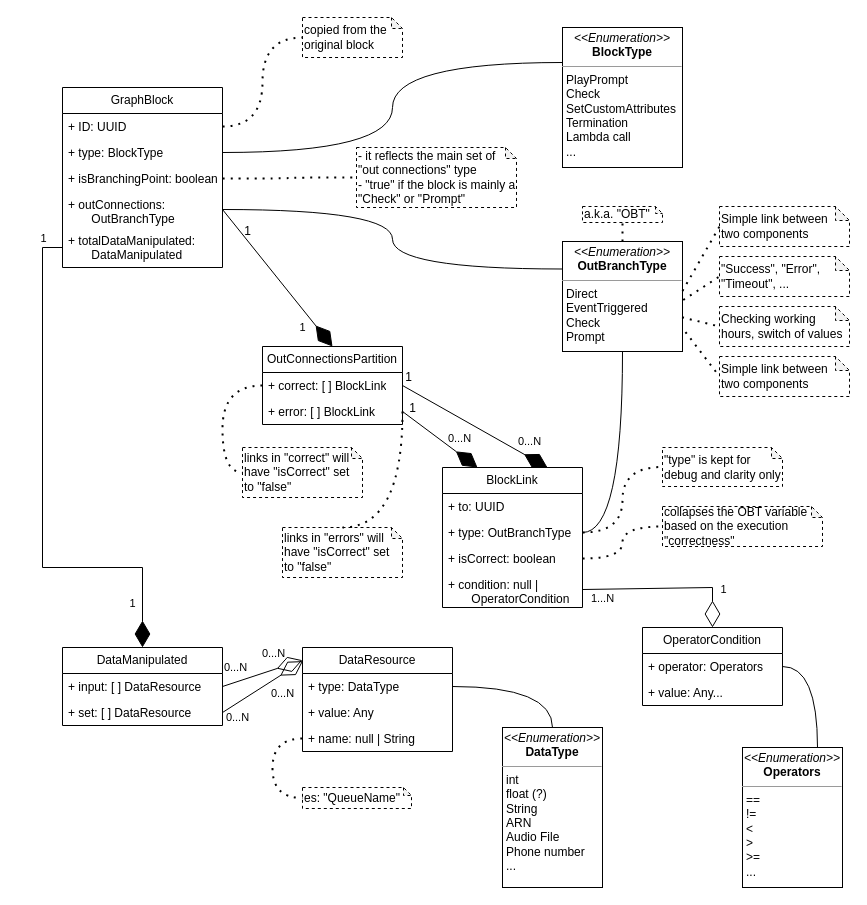
This is page "ClassDiagram" (1 of 3) of doc/Class_Diagram__AWS_Connect_01.drawio from MarcoOttina/AWS_Connect_Explorer, a draw.io file, before an edit. Source tidied: cells renumbered, new cells numbered last; positions are measured from the earlier drawing's top-left corner, leaving out a move shared by most shapes. Both pictures are drawn from the tidied source at 100%, with x=0, y=0 at pixel (42, 17).
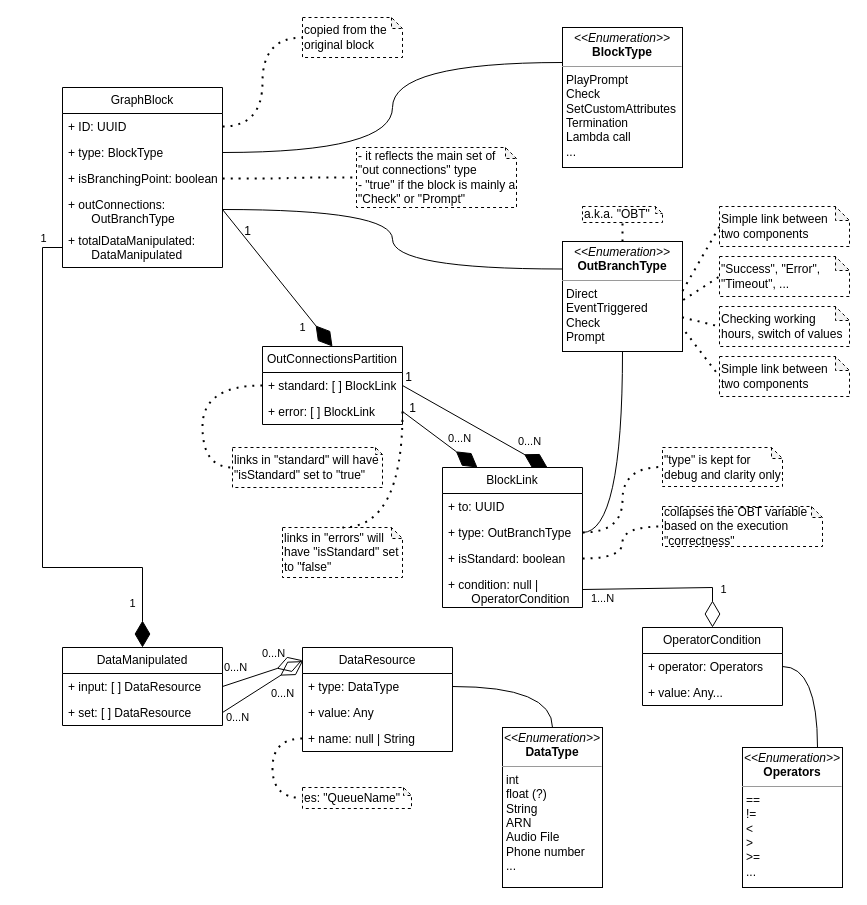
The same page after the edit.

Unchanged cells that the change refers to:
```xml
<mxCell id="24" value="OutConnectionsPartition" style="swimlane;fontStyle=0;horizontal=1;startSize=26;fillColor=none;whiteSpace=wrap;html=1;rotation=0;" parent="1" vertex="1">
  <mxGeometry x="220" y="329" width="140" height="78" as="geometry" />
</mxCell>
<mxCell id="30" value="BlockLink" style="swimlane;fontStyle=0;horizontal=1;startSize=26;fillColor=none;whiteSpace=wrap;html=1;rotation=0;" parent="1" vertex="1">
  <mxGeometry x="400" y="450" width="140" height="140" as="geometry" />
</mxCell>
```

Diff of the diagram source:
```diff
@@
-    <mxCell id="25" value="+ correct: [ ] BlockLink" style="text;strokeColor=none;fillColor=none;align=left;verticalAlign=top;spacingLeft=4;spacingRight=4;overflow=hidden;points=[[0,0.5],[1,0.5]];portConstraint=eastwest;whiteSpace=wrap;html=1;" parent="24" vertex="1">
+    <mxCell id="25" value="+ standard: [ ] BlockLink" style="text;strokeColor=none;fillColor=none;align=left;verticalAlign=top;spacingLeft=4;spacingRight=4;overflow=hidden;points=[[0,0.5],[1,0.5]];portConstraint=eastwest;whiteSpace=wrap;html=1;" parent="24" vertex="1">
       <mxGeometry y="26" width="140" height="26" as="geometry" />
     </mxCell>
@@
-    <mxCell id="33" value="+ isCorrect: boolean" style="text;strokeColor=none;fillColor=none;align=left;verticalAlign=top;spacingLeft=4;spacingRight=4;overflow=hidden;points=[[0,0.5],[1,0.5]];portConstraint=eastwest;whiteSpace=wrap;html=1;" parent="30" vertex="1">
+    <mxCell id="33" value="+ isStandard: boolean" style="text;strokeColor=none;fillColor=none;align=left;verticalAlign=top;spacingLeft=4;spacingRight=4;overflow=hidden;points=[[0,0.5],[1,0.5]];portConstraint=eastwest;whiteSpace=wrap;html=1;" parent="30" vertex="1">
       <mxGeometry y="78" width="140" height="26" as="geometry" />
     </mxCell>
@@
-    <mxCell id="50" value="&lt;div style=&quot;&quot;&gt;links in &quot;errors&quot; will have &quot;isCorrect&quot; set to &quot;false&quot;&lt;/div&gt;" style="shape=note;whiteSpace=wrap;html=1;backgroundOutline=1;darkOpacity=0.05;size=11;align=left;dashed=1;" parent="1" vertex="1">
+    <mxCell id="50" value="&lt;div style=&quot;&quot;&gt;links in &quot;errors&quot; will have &quot;isStandard&quot; set to &quot;false&quot;&lt;/div&gt;" style="shape=note;whiteSpace=wrap;html=1;backgroundOutline=1;darkOpacity=0.05;size=11;align=left;dashed=1;" parent="1" vertex="1">
       <mxGeometry x="240" y="510" width="120" height="50" as="geometry" />
     </mxCell>
-    <mxCell id="51" value="&lt;div style=&quot;&quot;&gt;links in &quot;correct&quot; will have &quot;isCorrect&quot; set to &quot;false&quot;&lt;/div&gt;" style="shape=note;whiteSpace=wrap;html=1;backgroundOutline=1;darkOpacity=0.05;size=11;align=left;dashed=1;" parent="1" vertex="1">
-      <mxGeometry x="200" y="430" width="120" height="50" as="geometry" />
+    <mxCell id="51" value="&lt;div style=&quot;&quot;&gt;links in &quot;standard&quot; will have &quot;isStandard&quot; set to &quot;true&quot;&lt;br&gt;&lt;/div&gt;" style="shape=note;whiteSpace=wrap;html=1;backgroundOutline=1;darkOpacity=0.05;size=7;align=left;dashed=1;" parent="1" vertex="1">
+      <mxGeometry x="190" y="430" width="150" height="40" as="geometry" />
     </mxCell>
     <mxCell id="52" style="endArrow=none;dashed=1;html=1;dashPattern=1 3;strokeWidth=2;rounded=0;exitX=0;exitY=0.5;exitDx=0;exitDy=0;entryX=0;entryY=0.5;entryDx=0;entryDy=0;edgeStyle=orthogonalEdgeStyle;curved=1;entryPerimeter=0;" parent="1" edge="1" source="25" target="51">
       <mxGeometry relative="1" as="geometry">
         <Array as="points">
-          <mxPoint x="180" y="368" />
-          <mxPoint x="180" y="455" />
+          <mxPoint x="160" y="368" />
+          <mxPoint x="160" y="450" />
         </Array>
       </mxGeometry>
     </mxCell>
```
